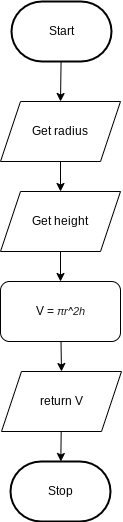
This is Drawio/FlowChart.png from JacksonNaufal/ICS3U-Unit5-04-Python, a draw.io export, as it was before one commit. Source tidied: cells renumbered, new cells last; positions are measured from the earlier drawing's top-left corner, leaving out a move shared by most shapes.
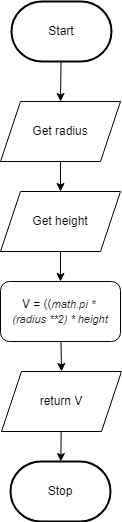
Later version of the same file.

Change to the diagram source:
```diff
@@ -26,7 +26,7 @@
     <mxCell id="9" style="edgeStyle=none;html=1;entryX=0.5;entryY=0;entryDx=0;entryDy=0;fontFamily=Helvetica;fontSize=11;" parent="1" edge="1" source="10" target="6">
       <mxGeometry relative="1" as="geometry" />
     </mxCell>
-    <mxCell id="10" value="V =&amp;nbsp;&lt;span style=&quot;color: rgb(32 , 33 , 36) ; font-style: italic ; background-color: rgb(255 , 255 , 255)&quot;&gt;&lt;font style=&quot;font-size: 11px&quot;&gt;πr^2h&lt;/font&gt;&lt;/span&gt;" style="rounded=1;whiteSpace=wrap;html=1;" parent="1" vertex="1">
+    <mxCell id="10" value="V = ((&lt;font color=&quot;#202124&quot;&gt;&lt;span style=&quot;font-size: 11px ; background-color: rgb(255 , 255 , 255)&quot;&gt;&lt;i&gt;math.pi * &lt;br&gt;(radius **2) * height&lt;/i&gt;&lt;/span&gt;&lt;/font&gt;" style="rounded=1;whiteSpace=wrap;html=1;" parent="1" vertex="1">
       <mxGeometry y="280" width="120" height="60" as="geometry" />
     </mxCell>
     <mxCell id="11" style="edgeStyle=none;html=1;fontFamily=Helvetica;fontSize=11;" parent="1" edge="1" source="12" target="10">
```
